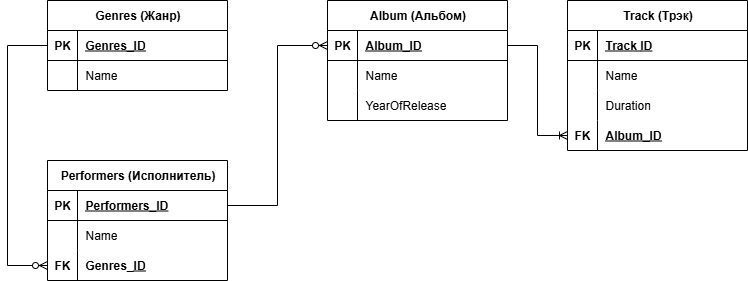
Earlier version of the draw.io export Databases/01-DatabaseModel/MusicSite.drawio.png (BOSS-OIOKTPP/Homeworks_Netology_C_plus_plus). Source tidied: cells renumbered, new cells last; positions are measured from the earlier drawing's top-left corner, leaving out a move shared by most shapes.
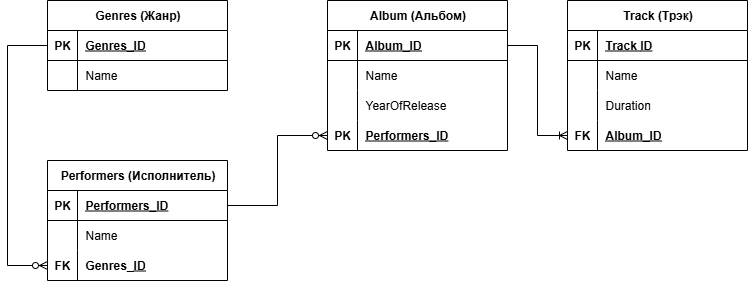
Later version of the same file.

Change to the diagram source:
```diff
@@ -54,7 +54,7 @@
       <mxGeometry x="30" width="150" height="30" as="geometry" />
     </mxCell>
     <mxCell id="19" value="Аlbum (Альбом)" style="shape=table;startSize=30;rowLines=0;fontStyle=1;align=center;html=1;" parent="1" vertex="1">
-      <mxGeometry x="320" width="180" height="120" as="geometry" />
+      <mxGeometry x="320" width="180" height="150" as="geometry" />
     </mxCell>
     <mxCell id="20" style="shape=tableRow;horizontal=0;startSize=0;swimlaneHead=0;swimlaneBody=0;fillColor=none;points=[[0,0.5],[1,0.5]];portConstraint=eastwest;top=0;left=0;right=0;bottom=1;" parent="19" vertex="1">
       <mxGeometry y="30" width="180" height="30" as="geometry" />
@@ -83,6 +83,15 @@
     <mxCell id="28" value="YearOfRelease" style="shape=partialRectangle;fillColor=none;top=0;left=0;bottom=0;right=0;align=left;spacingLeft=6;overflow=hidden;whiteSpace=wrap;html=1;" parent="26" vertex="1">
       <mxGeometry x="30" width="150" height="30" as="geometry" />
     </mxCell>
+    <mxCell id="45" style="shape=tableRow;horizontal=0;startSize=0;swimlaneHead=0;swimlaneBody=0;fillColor=none;points=[[0,0.5],[1,0.5]];portConstraint=eastwest;top=0;left=0;right=0;bottom=0;" parent="19" vertex="1">
+      <mxGeometry y="120" width="180" height="30" as="geometry" />
+    </mxCell>
+    <mxCell id="46" value="&lt;span style=&quot;font-weight: 700;&quot;&gt;PK&lt;/span&gt;" style="shape=partialRectangle;fillColor=none;top=0;left=0;bottom=0;right=0;overflow=hidden;whiteSpace=wrap;html=1;" parent="45" vertex="1">
+      <mxGeometry width="30" height="30" as="geometry" />
+    </mxCell>
+    <mxCell id="47" value="&lt;span style=&quot;font-weight: 700; text-decoration-line: underline;&quot;&gt;Performers_ID&lt;/span&gt;" style="shape=partialRectangle;fillColor=none;top=0;left=0;bottom=0;right=0;align=left;spacingLeft=6;overflow=hidden;whiteSpace=wrap;html=1;" parent="45" vertex="1">
+      <mxGeometry x="30" width="150" height="30" as="geometry" />
+    </mxCell>
     <mxCell id="29" value="&lt;span style=&quot;white-space: pre-wrap;&quot; class=&quot;aNeGP0gI0B9AV8JaHPyH&quot;&gt;Track&lt;/span&gt;&amp;nbsp;(Трэк)" style="shape=table;startSize=30;rowLines=0;fontStyle=1;align=center;html=1;" parent="1" vertex="1">
       <mxGeometry x="560" width="180" height="150" as="geometry" />
     </mxCell>
@@ -132,7 +141,7 @@
         </Array>
       </mxGeometry>
     </mxCell>
-    <mxCell id="44" style="edgeStyle=elbowEdgeStyle;fontSize=12;html=1;endArrow=ERzeroToMany;endFill=1;rounded=0;entryX=0;entryY=0.5;entryDx=0;entryDy=0;exitX=1;exitY=0.5;exitDx=0;exitDy=0;" parent="1" edge="1" source="10" target="20">
+    <mxCell id="44" style="edgeStyle=elbowEdgeStyle;fontSize=12;html=1;endArrow=ERzeroToMany;endFill=1;rounded=0;entryX=0;entryY=0.5;entryDx=0;entryDy=0;exitX=1;exitY=0.5;exitDx=0;exitDy=0;" parent="1" edge="1" source="10" target="45">
       <mxGeometry relative="1" as="geometry" />
     </mxCell>
   </root>
```
